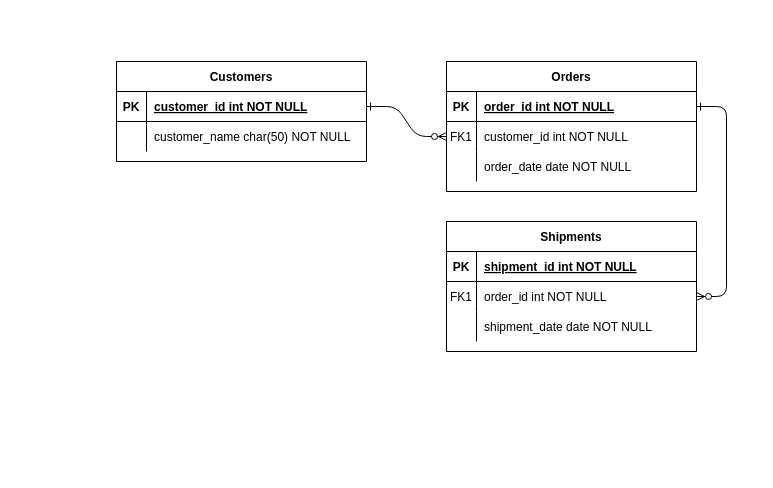
This is Untitled Diagram.drawio from Abia-Tech-Hub/africastalking-php, a draw.io file, before an edit. Source tidied: cells renumbered, new cells numbered last; positions are measured from the earlier drawing's top-left corner, leaving out a move shared by most shapes. Both pictures are drawn from the tidied source at 100%, with x=0, y=0 at pixel (116, 61).
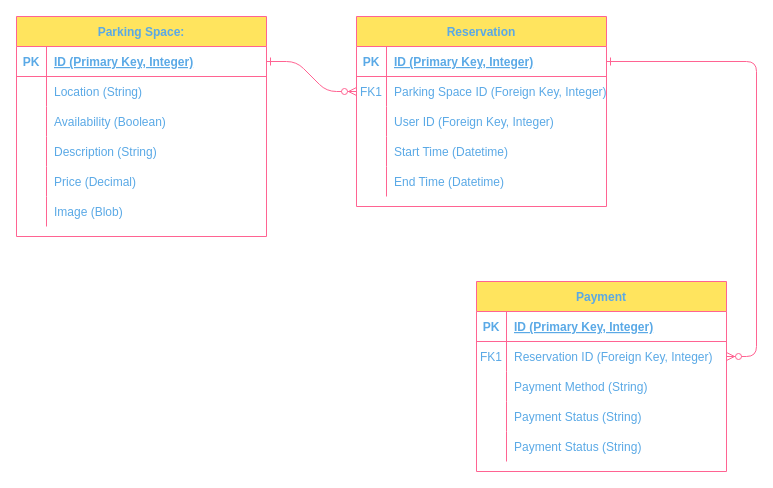
The same page after the edit.

Diff of the diagram source:
```diff
@@
-    <mxCell id="2" style="edgeStyle=entityRelationEdgeStyle;endArrow=ERzeroToMany;startArrow=ERone;endFill=1;startFill=0;" parent="1" edge="1" source="25" target="8">
+    <mxCell id="2" style="edgeStyle=entityRelationEdgeStyle;endArrow=ERzeroToMany;startArrow=ERone;endFill=1;startFill=0;labelBackgroundColor=none;strokeColor=#FF6392;fontColor=default;" parent="1" edge="1" source="25" target="8">
       <mxGeometry relative="1" as="geometry" />
     </mxCell>
-    <mxCell id="3" style="edgeStyle=entityRelationEdgeStyle;endArrow=ERzeroToMany;startArrow=ERone;endFill=1;startFill=0;" parent="1" edge="1" source="5" target="18">
+    <mxCell id="3" style="edgeStyle=entityRelationEdgeStyle;endArrow=ERzeroToMany;startArrow=ERone;endFill=1;startFill=0;labelBackgroundColor=none;strokeColor=#FF6392;fontColor=default;" parent="1" edge="1" source="5" target="18">
       <mxGeometry relative="1" as="geometry" />
     </mxCell>
-    <mxCell id="4" value="Orders" style="shape=table;startSize=30;childLayout=tableLayout;rowLines=0;fontStyle=1;align=center;" parent="1" vertex="1">
-      <mxGeometry x="330" width="250" height="130" as="geometry" />
+    <mxCell id="4" value="Reservation" style="shape=table;startSize=30;childLayout=tableLayout;rowLines=0;fontStyle=1;align=center;labelBackgroundColor=none;fillColor=#FFE45E;strokeColor=#FF6392;fontColor=#5AA9E6;" parent="1" vertex="1">
+      <mxGeometry x="240" y="-45" width="250" height="190" as="geometry" />
     </mxCell>
-    <mxCell id="5" style="shape=partialRectangle;fillColor=none;points=[[0,0.5],[1,0.5]];portConstraint=eastwest;top=0;left=0;right=0;bottom=1;" parent="4" vertex="1">
+    <mxCell id="5" style="shape=partialRectangle;fillColor=none;points=[[0,0.5],[1,0.5]];portConstraint=eastwest;top=0;left=0;right=0;bottom=1;labelBackgroundColor=none;strokeColor=#FF6392;fontColor=#5AA9E6;" parent="4" vertex="1">
       <mxGeometry y="30" width="250" height="30" as="geometry" />
     </mxCell>
-    <mxCell id="6" value="PK" style="shape=partialRectangle;overflow=hidden;fillColor=none;top=0;left=0;bottom=0;right=0;fontStyle=1;" parent="5" vertex="1">
+    <mxCell id="6" value="PK" style="shape=partialRectangle;overflow=hidden;fillColor=none;top=0;left=0;bottom=0;right=0;fontStyle=1;labelBackgroundColor=none;strokeColor=#FF6392;fontColor=#5AA9E6;" parent="5" vertex="1">
       <mxGeometry width="30" height="30" as="geometry" />
     </mxCell>
-    <mxCell id="7" value="order_id int NOT NULL " style="shape=partialRectangle;overflow=hidden;fillColor=none;top=0;left=0;bottom=0;right=0;align=left;spacingLeft=6;fontStyle=5;" parent="5" vertex="1">
+    <mxCell id="7" value="ID (Primary Key, Integer) " style="shape=partialRectangle;overflow=hidden;fillColor=none;top=0;left=0;bottom=0;right=0;align=left;spacingLeft=6;fontStyle=5;labelBackgroundColor=none;strokeColor=#FF6392;fontColor=#5AA9E6;" parent="5" vertex="1">
       <mxGeometry x="30" width="220" height="30" as="geometry" />
     </mxCell>
-    <mxCell id="8" style="shape=partialRectangle;fillColor=none;points=[[0,0.5],[1,0.5]];portConstraint=eastwest;top=0;left=0;right=0;bottom=0;" parent="4" vertex="1">
+    <mxCell id="8" style="shape=partialRectangle;fillColor=none;points=[[0,0.5],[1,0.5]];portConstraint=eastwest;top=0;left=0;right=0;bottom=0;labelBackgroundColor=none;strokeColor=#FF6392;fontColor=#5AA9E6;" parent="4" vertex="1">
       <mxGeometry y="60" width="250" height="30" as="geometry" />
     </mxCell>
-    <mxCell id="9" value="FK1" style="shape=partialRectangle;overflow=hidden;fillColor=none;top=0;left=0;bottom=0;right=0;" parent="8" vertex="1">
+    <mxCell id="9" value="FK1" style="shape=partialRectangle;overflow=hidden;fillColor=none;top=0;left=0;bottom=0;right=0;labelBackgroundColor=none;strokeColor=#FF6392;fontColor=#5AA9E6;" parent="8" vertex="1">
       <mxGeometry width="30" height="30" as="geometry" />
     </mxCell>
-    <mxCell id="10" value="customer_id int NOT NULL" style="shape=partialRectangle;overflow=hidden;fillColor=none;top=0;left=0;bottom=0;right=0;align=left;spacingLeft=6;" parent="8" vertex="1">
+    <mxCell id="10" value="Parking Space ID (Foreign Key, Integer)" style="shape=partialRectangle;overflow=hidden;fillColor=none;top=0;left=0;bottom=0;right=0;align=left;spacingLeft=6;labelBackgroundColor=none;strokeColor=#FF6392;fontColor=#5AA9E6;" parent="8" vertex="1">
       <mxGeometry x="30" width="220" height="30" as="geometry" />
     </mxCell>
-    <mxCell id="11" style="shape=partialRectangle;fillColor=none;top=0;left=0;right=0;bottom=0;" parent="4" vertex="1">
+    <mxCell id="11" style="shape=partialRectangle;fillColor=none;top=0;left=0;right=0;bottom=0;labelBackgroundColor=none;strokeColor=#FF6392;fontColor=#5AA9E6;" parent="4" vertex="1">
       <mxGeometry y="90" width="250" height="30" as="geometry" />
     </mxCell>
-    <mxCell id="12" style="shape=partialRectangle;overflow=hidden;fillColor=none;top=0;left=0;bottom=0;right=0;" parent="11" vertex="1">
+    <mxCell id="12" style="shape=partialRectangle;overflow=hidden;fillColor=none;top=0;left=0;bottom=0;right=0;labelBackgroundColor=none;strokeColor=#FF6392;fontColor=#5AA9E6;" parent="11" vertex="1">
       <mxGeometry width="30" height="30" as="geometry" />
     </mxCell>
-    <mxCell id="13" value="order_date date NOT NULL" style="shape=partialRectangle;overflow=hidden;fillColor=none;top=0;left=0;bottom=0;right=0;align=left;spacingLeft=6;" parent="11" vertex="1">
+    <mxCell id="13" value="User ID (Foreign Key, Integer)" style="shape=partialRectangle;overflow=hidden;fillColor=none;top=0;left=0;bottom=0;right=0;align=left;spacingLeft=6;labelBackgroundColor=none;strokeColor=#FF6392;fontColor=#5AA9E6;" parent="11" vertex="1">
       <mxGeometry x="30" width="220" height="30" as="geometry" />
     </mxCell>
+    <mxCell id="31" style="shape=partialRectangle;fillColor=none;top=0;left=0;right=0;bottom=0;labelBackgroundColor=none;strokeColor=#FF6392;fontColor=#5AA9E6;" parent="4" vertex="1">
+      <mxGeometry y="120" width="250" height="30" as="geometry" />
+    </mxCell>
+    <mxCell id="32" style="shape=partialRectangle;overflow=hidden;fillColor=none;top=0;left=0;bottom=0;right=0;labelBackgroundColor=none;strokeColor=#FF6392;fontColor=#5AA9E6;" parent="31" vertex="1">
+      <mxGeometry width="30" height="30" as="geometry" />
+    </mxCell>
+    <mxCell id="33" value="Start Time (Datetime)" style="shape=partialRectangle;overflow=hidden;fillColor=none;top=0;left=0;bottom=0;right=0;align=left;spacingLeft=6;labelBackgroundColor=none;strokeColor=#FF6392;fontColor=#5AA9E6;" parent="31" vertex="1">
+      <mxGeometry x="30" width="220" height="30" as="geometry" />
+    </mxCell>
+    <mxCell id="34" style="shape=partialRectangle;fillColor=none;top=0;left=0;right=0;bottom=0;labelBackgroundColor=none;strokeColor=#FF6392;fontColor=#5AA9E6;" parent="4" vertex="1">
+      <mxGeometry y="150" width="250" height="30" as="geometry" />
+    </mxCell>
+    <mxCell id="35" style="shape=partialRectangle;overflow=hidden;fillColor=none;top=0;left=0;bottom=0;right=0;labelBackgroundColor=none;strokeColor=#FF6392;fontColor=#5AA9E6;" parent="34" vertex="1">
+      <mxGeometry width="30" height="30" as="geometry" />
+    </mxCell>
+    <mxCell id="36" value="End Time (Datetime)" style="shape=partialRectangle;overflow=hidden;fillColor=none;top=0;left=0;bottom=0;right=0;align=left;spacingLeft=6;labelBackgroundColor=none;strokeColor=#FF6392;fontColor=#5AA9E6;" parent="34" vertex="1">
+      <mxGeometry x="30" width="220" height="30" as="geometry" />
+    </mxCell>
-    <mxCell id="14" value="Shipments" style="shape=table;startSize=30;childLayout=tableLayout;rowLines=0;fontStyle=1;align=center;" parent="1" vertex="1">
-      <mxGeometry x="330" y="160" width="250" height="130" as="geometry" />
+    <mxCell id="14" value="Payment" style="shape=table;startSize=30;childLayout=tableLayout;rowLines=0;fontStyle=1;align=center;labelBackgroundColor=none;fillColor=#FFE45E;strokeColor=#FF6392;fontColor=#5AA9E6;" parent="1" vertex="1">
+      <mxGeometry x="360" y="220" width="250" height="190" as="geometry" />
     </mxCell>
-    <mxCell id="15" style="shape=partialRectangle;fillColor=none;top=0;left=0;right=0;bottom=1;" parent="14" vertex="1">
+    <mxCell id="15" style="shape=partialRectangle;fillColor=none;top=0;left=0;right=0;bottom=1;labelBackgroundColor=none;strokeColor=#FF6392;fontColor=#5AA9E6;" parent="14" vertex="1">
       <mxGeometry y="30" width="250" height="30" as="geometry" />
     </mxCell>
-    <mxCell id="16" value="PK" style="shape=partialRectangle;overflow=hidden;fillColor=none;top=0;left=0;bottom=0;right=0;fontStyle=1;" parent="15" vertex="1">
+    <mxCell id="16" value="PK" style="shape=partialRectangle;overflow=hidden;fillColor=none;top=0;left=0;bottom=0;right=0;fontStyle=1;labelBackgroundColor=none;strokeColor=#FF6392;fontColor=#5AA9E6;" parent="15" vertex="1">
       <mxGeometry width="30" height="30" as="geometry" />
     </mxCell>
-    <mxCell id="17" value="shipment_id int NOT NULL " style="shape=partialRectangle;overflow=hidden;fillColor=none;top=0;left=0;bottom=0;right=0;align=left;spacingLeft=6;fontStyle=5;" parent="15" vertex="1">
+    <mxCell id="17" value="ID (Primary Key, Integer) " style="shape=partialRectangle;overflow=hidden;fillColor=none;top=0;left=0;bottom=0;right=0;align=left;spacingLeft=6;fontStyle=5;labelBackgroundColor=none;strokeColor=#FF6392;fontColor=#5AA9E6;" parent="15" vertex="1">
       <mxGeometry x="30" width="220" height="30" as="geometry" />
     </mxCell>
-    <mxCell id="18" style="shape=partialRectangle;fillColor=none;points=[[0,0.5],[1,0.5]];portConstraint=eastwest;top=0;left=0;right=0;bottom=0;" parent="14" vertex="1">
+    <mxCell id="18" style="shape=partialRectangle;fillColor=none;points=[[0,0.5],[1,0.5]];portConstraint=eastwest;top=0;left=0;right=0;bottom=0;labelBackgroundColor=none;strokeColor=#FF6392;fontColor=#5AA9E6;" parent="14" vertex="1">
       <mxGeometry y="60" width="250" height="30" as="geometry" />
     </mxCell>
-    <mxCell id="19" value="FK1" style="shape=partialRectangle;overflow=hidden;fillColor=none;top=0;left=0;bottom=0;right=0;" parent="18" vertex="1">
+    <mxCell id="19" value="FK1" style="shape=partialRectangle;overflow=hidden;fillColor=none;top=0;left=0;bottom=0;right=0;labelBackgroundColor=none;strokeColor=#FF6392;fontColor=#5AA9E6;" parent="18" vertex="1">
       <mxGeometry width="30" height="30" as="geometry" />
     </mxCell>
-    <mxCell id="20" value="order_id int NOT NULL" style="shape=partialRectangle;overflow=hidden;fillColor=none;top=0;left=0;bottom=0;right=0;align=left;spacingLeft=6;" parent="18" vertex="1">
+    <mxCell id="20" value="Reservation ID (Foreign Key, Integer)" style="shape=partialRectangle;overflow=hidden;fillColor=none;top=0;left=0;bottom=0;right=0;align=left;spacingLeft=6;labelBackgroundColor=none;strokeColor=#FF6392;fontColor=#5AA9E6;" parent="18" vertex="1">
       <mxGeometry x="30" width="220" height="30" as="geometry" />
     </mxCell>
-    <mxCell id="21" style="shape=partialRectangle;fillColor=none;top=0;left=0;right=0;bottom=0;" parent="14" vertex="1">
+    <mxCell id="21" style="shape=partialRectangle;fillColor=none;top=0;left=0;right=0;bottom=0;labelBackgroundColor=none;strokeColor=#FF6392;fontColor=#5AA9E6;" parent="14" vertex="1">
       <mxGeometry y="90" width="250" height="30" as="geometry" />
     </mxCell>
-    <mxCell id="22" style="shape=partialRectangle;overflow=hidden;fillColor=none;top=0;left=0;bottom=0;right=0;" parent="21" vertex="1">
+    <mxCell id="22" style="shape=partialRectangle;overflow=hidden;fillColor=none;top=0;left=0;bottom=0;right=0;labelBackgroundColor=none;strokeColor=#FF6392;fontColor=#5AA9E6;" parent="21" vertex="1">
       <mxGeometry width="30" height="30" as="geometry" />
     </mxCell>
-    <mxCell id="23" value="shipment_date date NOT NULL" style="shape=partialRectangle;overflow=hidden;fillColor=none;top=0;left=0;bottom=0;right=0;align=left;spacingLeft=6;" parent="21" vertex="1">
+    <mxCell id="23" value="Payment Method (String)" style="shape=partialRectangle;overflow=hidden;fillColor=none;top=0;left=0;bottom=0;right=0;align=left;spacingLeft=6;labelBackgroundColor=none;strokeColor=#FF6392;fontColor=#5AA9E6;" parent="21" vertex="1">
       <mxGeometry x="30" width="220" height="30" as="geometry" />
     </mxCell>
+    <mxCell id="37" style="shape=partialRectangle;fillColor=none;top=0;left=0;right=0;bottom=0;labelBackgroundColor=none;strokeColor=#FF6392;fontColor=#5AA9E6;" parent="14" vertex="1">
+      <mxGeometry y="120" width="250" height="30" as="geometry" />
+    </mxCell>
+    <mxCell id="38" style="shape=partialRectangle;overflow=hidden;fillColor=none;top=0;left=0;bottom=0;right=0;labelBackgroundColor=none;strokeColor=#FF6392;fontColor=#5AA9E6;" parent="37" vertex="1">
+      <mxGeometry width="30" height="30" as="geometry" />
+    </mxCell>
+    <mxCell id="39" value="Payment Status (String)" style="shape=partialRectangle;overflow=hidden;fillColor=none;top=0;left=0;bottom=0;right=0;align=left;spacingLeft=6;labelBackgroundColor=none;strokeColor=#FF6392;fontColor=#5AA9E6;" parent="37" vertex="1">
+      <mxGeometry x="30" width="220" height="30" as="geometry" />
+    </mxCell>
+    <mxCell id="40" style="shape=partialRectangle;fillColor=none;top=0;left=0;right=0;bottom=0;labelBackgroundColor=none;strokeColor=#FF6392;fontColor=#5AA9E6;" parent="14" vertex="1">
+      <mxGeometry y="150" width="250" height="30" as="geometry" />
+    </mxCell>
+    <mxCell id="41" style="shape=partialRectangle;overflow=hidden;fillColor=none;top=0;left=0;bottom=0;right=0;labelBackgroundColor=none;strokeColor=#FF6392;fontColor=#5AA9E6;" parent="40" vertex="1">
+      <mxGeometry width="30" height="30" as="geometry" />
+    </mxCell>
+    <mxCell id="42" value="Payment Status (String)" style="shape=partialRectangle;overflow=hidden;fillColor=none;top=0;left=0;bottom=0;right=0;align=left;spacingLeft=6;labelBackgroundColor=none;strokeColor=#FF6392;fontColor=#5AA9E6;" parent="40" vertex="1">
+      <mxGeometry x="30" width="220" height="30" as="geometry" />
+    </mxCell>
-    <mxCell id="24" value="Customers" style="shape=table;startSize=30;childLayout=tableLayout;rowLines=0;fontStyle=1;align=center;" parent="1" vertex="1">
-      <mxGeometry width="250" height="100" as="geometry" />
+    <mxCell id="24" value="Parking Space:" style="shape=table;startSize=30;childLayout=tableLayout;rowLines=0;fontStyle=1;align=center;labelBackgroundColor=none;fillColor=#FFE45E;strokeColor=#FF6392;fontColor=#5AA9E6;" parent="1" vertex="1">
+      <mxGeometry x="-100" y="-45" width="250" height="220" as="geometry" />
     </mxCell>
-    <mxCell id="25" style="shape=partialRectangle;fillColor=none;points=[[0,0.5],[1,0.5]];portConstraint=eastwest;top=0;left=0;right=0;bottom=1;" parent="24" vertex="1">
+    <mxCell id="25" style="shape=partialRectangle;fillColor=none;points=[[0,0.5],[1,0.5]];portConstraint=eastwest;top=0;left=0;right=0;bottom=1;labelBackgroundColor=none;strokeColor=#FF6392;fontColor=#5AA9E6;" parent="24" vertex="1">
       <mxGeometry y="30" width="250" height="30" as="geometry" />
     </mxCell>
-    <mxCell id="26" value="PK" style="shape=partialRectangle;overflow=hidden;fillColor=none;top=0;left=0;bottom=0;right=0;fontStyle=1;" parent="25" vertex="1">
+    <mxCell id="26" value="PK" style="shape=partialRectangle;overflow=hidden;fillColor=none;top=0;left=0;bottom=0;right=0;fontStyle=1;labelBackgroundColor=none;strokeColor=#FF6392;fontColor=#5AA9E6;" parent="25" vertex="1">
       <mxGeometry width="30" height="30" as="geometry" />
     </mxCell>
-    <mxCell id="27" value="customer_id int NOT NULL " style="shape=partialRectangle;overflow=hidden;fillColor=none;top=0;left=0;bottom=0;right=0;align=left;spacingLeft=6;fontStyle=5;" parent="25" vertex="1">
+    <mxCell id="27" value="ID (Primary Key, Integer) " style="shape=partialRectangle;overflow=hidden;fillColor=none;top=0;left=0;bottom=0;right=0;align=left;spacingLeft=6;fontStyle=5;labelBackgroundColor=none;strokeColor=#FF6392;fontColor=#5AA9E6;" parent="25" vertex="1">
       <mxGeometry x="30" width="220" height="30" as="geometry" />
     </mxCell>
-    <mxCell id="28" style="shape=partialRectangle;fillColor=none;top=0;left=0;right=0;bottom=0;" parent="24" vertex="1">
+    <mxCell id="28" style="shape=partialRectangle;fillColor=none;top=0;left=0;right=0;bottom=0;labelBackgroundColor=none;strokeColor=#FF6392;fontColor=#5AA9E6;" parent="24" vertex="1">
       <mxGeometry y="60" width="250" height="30" as="geometry" />
     </mxCell>
-    <mxCell id="29" style="shape=partialRectangle;overflow=hidden;fillColor=none;top=0;left=0;bottom=0;right=0;" parent="28" vertex="1">
+    <mxCell id="29" style="shape=partialRectangle;overflow=hidden;fillColor=none;top=0;left=0;bottom=0;right=0;labelBackgroundColor=none;strokeColor=#FF6392;fontColor=#5AA9E6;" parent="28" vertex="1">
       <mxGeometry width="30" height="30" as="geometry" />
     </mxCell>
-    <mxCell id="30" value="customer_name char(50) NOT NULL" style="shape=partialRectangle;overflow=hidden;fillColor=none;top=0;left=0;bottom=0;right=0;align=left;spacingLeft=6;" parent="28" vertex="1">
+    <mxCell id="30" value="Location (String)" style="shape=partialRectangle;overflow=hidden;fillColor=none;top=0;left=0;bottom=0;right=0;align=left;spacingLeft=6;labelBackgroundColor=none;strokeColor=#FF6392;fontColor=#5AA9E6;" parent="28" vertex="1">
       <mxGeometry x="30" width="220" height="30" as="geometry" />
     </mxCell>
+    <mxCell id="43" style="shape=partialRectangle;fillColor=none;top=0;left=0;right=0;bottom=0;labelBackgroundColor=none;strokeColor=#FF6392;fontColor=#5AA9E6;" parent="24" vertex="1">
+      <mxGeometry y="90" width="250" height="30" as="geometry" />
+    </mxCell>
+    <mxCell id="44" style="shape=partialRectangle;overflow=hidden;fillColor=none;top=0;left=0;bottom=0;right=0;labelBackgroundColor=none;strokeColor=#FF6392;fontColor=#5AA9E6;" parent="43" vertex="1">
+      <mxGeometry width="30" height="30" as="geometry" />
+    </mxCell>
+    <mxCell id="45" value="Availability (Boolean)" style="shape=partialRectangle;overflow=hidden;fillColor=none;top=0;left=0;bottom=0;right=0;align=left;spacingLeft=6;labelBackgroundColor=none;strokeColor=#FF6392;fontColor=#5AA9E6;" parent="43" vertex="1">
+      <mxGeometry x="30" width="220" height="30" as="geometry" />
+    </mxCell>
+    <mxCell id="46" style="shape=partialRectangle;fillColor=none;top=0;left=0;right=0;bottom=0;labelBackgroundColor=none;strokeColor=#FF6392;fontColor=#5AA9E6;" parent="24" vertex="1">
+      <mxGeometry y="120" width="250" height="30" as="geometry" />
+    </mxCell>
+    <mxCell id="47" style="shape=partialRectangle;overflow=hidden;fillColor=none;top=0;left=0;bottom=0;right=0;labelBackgroundColor=none;strokeColor=#FF6392;fontColor=#5AA9E6;" parent="46" vertex="1">
+      <mxGeometry width="30" height="30" as="geometry" />
+    </mxCell>
+    <mxCell id="48" value="Description (String)" style="shape=partialRectangle;overflow=hidden;fillColor=none;top=0;left=0;bottom=0;right=0;align=left;spacingLeft=6;labelBackgroundColor=none;strokeColor=#FF6392;fontColor=#5AA9E6;" parent="46" vertex="1">
+      <mxGeometry x="30" width="220" height="30" as="geometry" />
+    </mxCell>
+    <mxCell id="49" style="shape=partialRectangle;fillColor=none;top=0;left=0;right=0;bottom=0;labelBackgroundColor=none;strokeColor=#FF6392;fontColor=#5AA9E6;" parent="24" vertex="1">
+      <mxGeometry y="150" width="250" height="30" as="geometry" />
+    </mxCell>
+    <mxCell id="50" style="shape=partialRectangle;overflow=hidden;fillColor=none;top=0;left=0;bottom=0;right=0;labelBackgroundColor=none;strokeColor=#FF6392;fontColor=#5AA9E6;" parent="49" vertex="1">
+      <mxGeometry width="30" height="30" as="geometry" />
+    </mxCell>
+    <mxCell id="51" value="Price (Decimal)" style="shape=partialRectangle;overflow=hidden;fillColor=none;top=0;left=0;bottom=0;right=0;align=left;spacingLeft=6;labelBackgroundColor=none;strokeColor=#FF6392;fontColor=#5AA9E6;" parent="49" vertex="1">
+      <mxGeometry x="30" width="220" height="30" as="geometry" />
+    </mxCell>
+    <mxCell id="52" style="shape=partialRectangle;fillColor=none;top=0;left=0;right=0;bottom=0;labelBackgroundColor=none;strokeColor=#FF6392;fontColor=#5AA9E6;" parent="24" vertex="1">
+      <mxGeometry y="180" width="250" height="30" as="geometry" />
+    </mxCell>
+    <mxCell id="53" style="shape=partialRectangle;overflow=hidden;fillColor=none;top=0;left=0;bottom=0;right=0;labelBackgroundColor=none;strokeColor=#FF6392;fontColor=#5AA9E6;" parent="52" vertex="1">
+      <mxGeometry width="30" height="30" as="geometry" />
+    </mxCell>
+    <mxCell id="54" value="Image (Blob)" style="shape=partialRectangle;overflow=hidden;fillColor=none;top=0;left=0;bottom=0;right=0;align=left;spacingLeft=6;labelBackgroundColor=none;strokeColor=#FF6392;fontColor=#5AA9E6;" parent="52" vertex="1">
+      <mxGeometry x="30" width="220" height="30" as="geometry" />
+    </mxCell>
```
